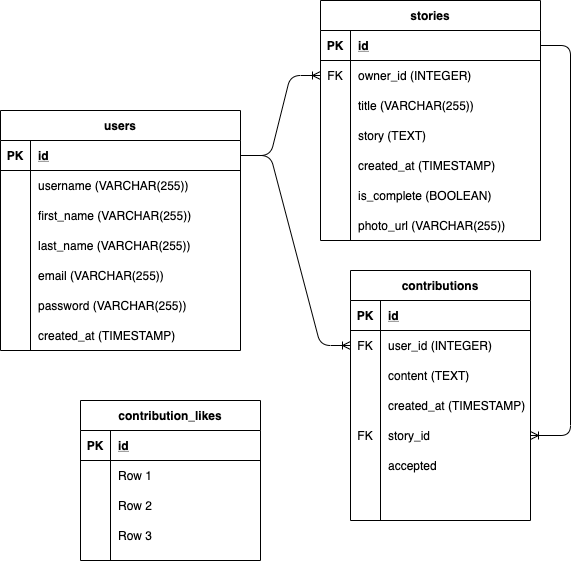
Before: ERD.png, a diagram exported from draw.io (RongxinZhang/story-creator). Source tidied: cells renumbered, new cells last; positions are measured from the earlier drawing's top-left corner, leaving out a move shared by most shapes.
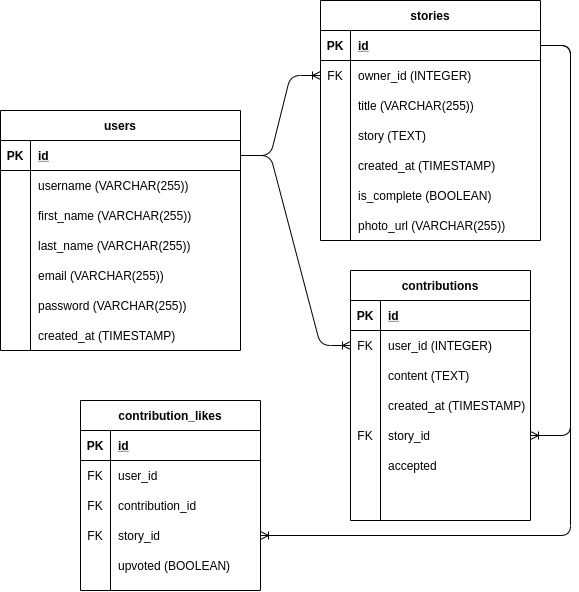
Later version of the same file.

Diff of the diagram source:
```diff
@@ -198,7 +198,7 @@
       <mxGeometry relative="1" as="geometry" />
     </mxCell>
     <mxCell id="67" value="contribution_likes" style="shape=table;startSize=30;rowLines=0;fontStyle=1;align=center;" parent="1" vertex="1">
-      <mxGeometry x="80" y="400" width="180" height="160" as="geometry" />
+      <mxGeometry x="80" y="400" width="180" height="190" as="geometry" />
     </mxCell>
     <mxCell id="68" style="shape=partialRectangle;fillColor=none;top=0;left=0;bottom=1;right=0;" parent="67" vertex="1">
       <mxGeometry y="30" width="180" height="30" as="geometry" />
@@ -212,32 +212,44 @@
     <mxCell id="71" style="shape=partialRectangle;fillColor=none;top=0;left=0;bottom=0;right=0;" parent="67" vertex="1">
       <mxGeometry y="60" width="180" height="30" as="geometry" />
     </mxCell>
-    <mxCell id="72" style="shape=partialRectangle;fillColor=none;top=0;left=0;bottom=0;right=0;overflow=hidden;" parent="71" vertex="1">
+    <mxCell id="72" value="FK" style="shape=partialRectangle;fillColor=none;top=0;left=0;bottom=0;right=0;overflow=hidden;" parent="71" vertex="1">
       <mxGeometry width="30" height="30" as="geometry" />
     </mxCell>
-    <mxCell id="73" value="Row 1" style="shape=partialRectangle;fillColor=none;top=0;left=0;bottom=0;right=0;align=left;spacingLeft=6;overflow=hidden;" parent="71" vertex="1">
+    <mxCell id="73" value="user_id" style="shape=partialRectangle;fillColor=none;top=0;left=0;bottom=0;right=0;align=left;spacingLeft=6;overflow=hidden;" parent="71" vertex="1">
       <mxGeometry x="30" width="150" height="30" as="geometry" />
     </mxCell>
     <mxCell id="74" style="shape=partialRectangle;fillColor=none;top=0;left=0;bottom=0;right=0;" parent="67" vertex="1">
       <mxGeometry y="90" width="180" height="30" as="geometry" />
     </mxCell>
-    <mxCell id="75" style="shape=partialRectangle;fillColor=none;top=0;left=0;bottom=0;right=0;overflow=hidden;" parent="74" vertex="1">
+    <mxCell id="75" value="FK" style="shape=partialRectangle;fillColor=none;top=0;left=0;bottom=0;right=0;overflow=hidden;" parent="74" vertex="1">
       <mxGeometry width="30" height="30" as="geometry" />
     </mxCell>
-    <mxCell id="76" value="Row 2" style="shape=partialRectangle;fillColor=none;top=0;left=0;bottom=0;right=0;align=left;spacingLeft=6;overflow=hidden;" parent="74" vertex="1">
+    <mxCell id="76" value="contribution_id" style="shape=partialRectangle;fillColor=none;top=0;left=0;bottom=0;right=0;align=left;spacingLeft=6;overflow=hidden;" parent="74" vertex="1">
       <mxGeometry x="30" width="150" height="30" as="geometry" />
     </mxCell>
     <mxCell id="77" style="shape=partialRectangle;fillColor=none;top=0;left=0;bottom=0;right=0;points=[[0,0.5],[1,0.5]];portConstraint=eastwest;" parent="67" vertex="1">
       <mxGeometry y="120" width="180" height="30" as="geometry" />
     </mxCell>
-    <mxCell id="78" style="shape=partialRectangle;fillColor=none;top=0;left=0;bottom=0;right=0;overflow=hidden;" parent="77" vertex="1">
+    <mxCell id="78" value="FK" style="shape=partialRectangle;fillColor=none;top=0;left=0;bottom=0;right=0;overflow=hidden;" parent="77" vertex="1">
       <mxGeometry width="30" height="30" as="geometry" />
     </mxCell>
-    <mxCell id="79" value="Row 3" style="shape=partialRectangle;fillColor=none;top=0;left=0;bottom=0;right=0;align=left;spacingLeft=6;overflow=hidden;" parent="77" vertex="1">
+    <mxCell id="79" value="story_id" style="shape=partialRectangle;fillColor=none;top=0;left=0;bottom=0;right=0;align=left;spacingLeft=6;overflow=hidden;" parent="77" vertex="1">
       <mxGeometry x="30" width="150" height="30" as="geometry" />
     </mxCell>
+    <mxCell id="81" style="shape=partialRectangle;fillColor=none;top=0;left=0;bottom=0;right=0;" parent="67" vertex="1">
+      <mxGeometry y="150" width="180" height="30" as="geometry" />
+    </mxCell>
+    <mxCell id="82" style="shape=partialRectangle;fillColor=none;top=0;left=0;bottom=0;right=0;overflow=hidden;" parent="81" vertex="1">
+      <mxGeometry width="30" height="30" as="geometry" />
+    </mxCell>
+    <mxCell id="83" value="upvoted (BOOLEAN)" style="shape=partialRectangle;fillColor=none;top=0;left=0;bottom=0;right=0;align=left;spacingLeft=6;overflow=hidden;" parent="81" vertex="1">
+      <mxGeometry x="30" width="150" height="30" as="geometry" />
+    </mxCell>
     <mxCell id="80" style="edgeStyle=entityRelationEdgeStyle;fontSize=12;html=1;endArrow=ERoneToMany;exitX=1;exitY=0.5;exitDx=0;exitDy=0;" parent="1" edge="1" source="26" target="60">
       <mxGeometry relative="1" as="geometry" />
     </mxCell>
+    <mxCell id="84" style="edgeStyle=entityRelationEdgeStyle;fontSize=12;html=1;endArrow=ERoneToMany;exitX=1;exitY=0.5;exitDx=0;exitDy=0;" parent="1" edge="1" source="26" target="77">
+      <mxGeometry relative="1" as="geometry" />
+    </mxCell>
   </root>
 </mxGraphModel>
```
